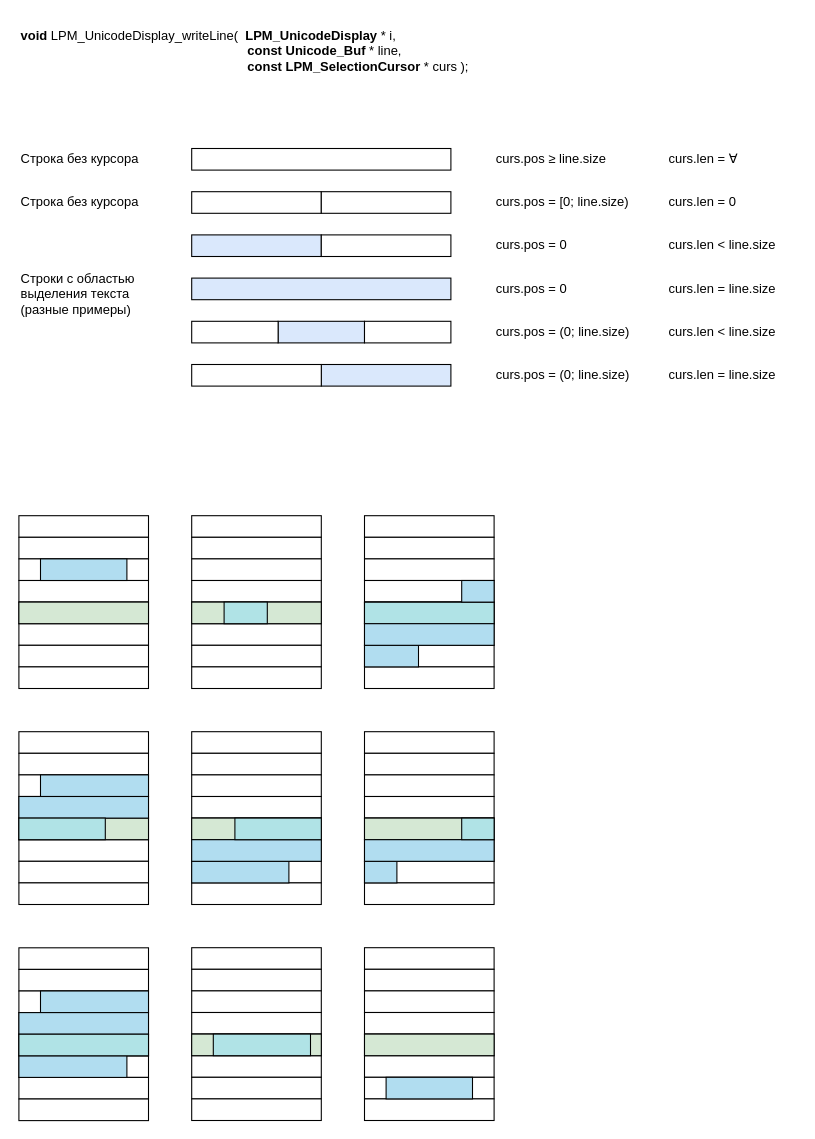
Earlier version of the draw.io diagram page "Обновление строки" (6 of 7) of _Doc/LPM_class_component_diagram.drawio (Teslatec/LPM_Editor). Source tidied: cells renumbered, new cells numbered last; positions are measured from the earlier drawing's top-left corner, leaving out a move shared by most shapes. Both pictures are drawn from the tidied source at 108%, with x=0, y=0 at pixel (18, 18).
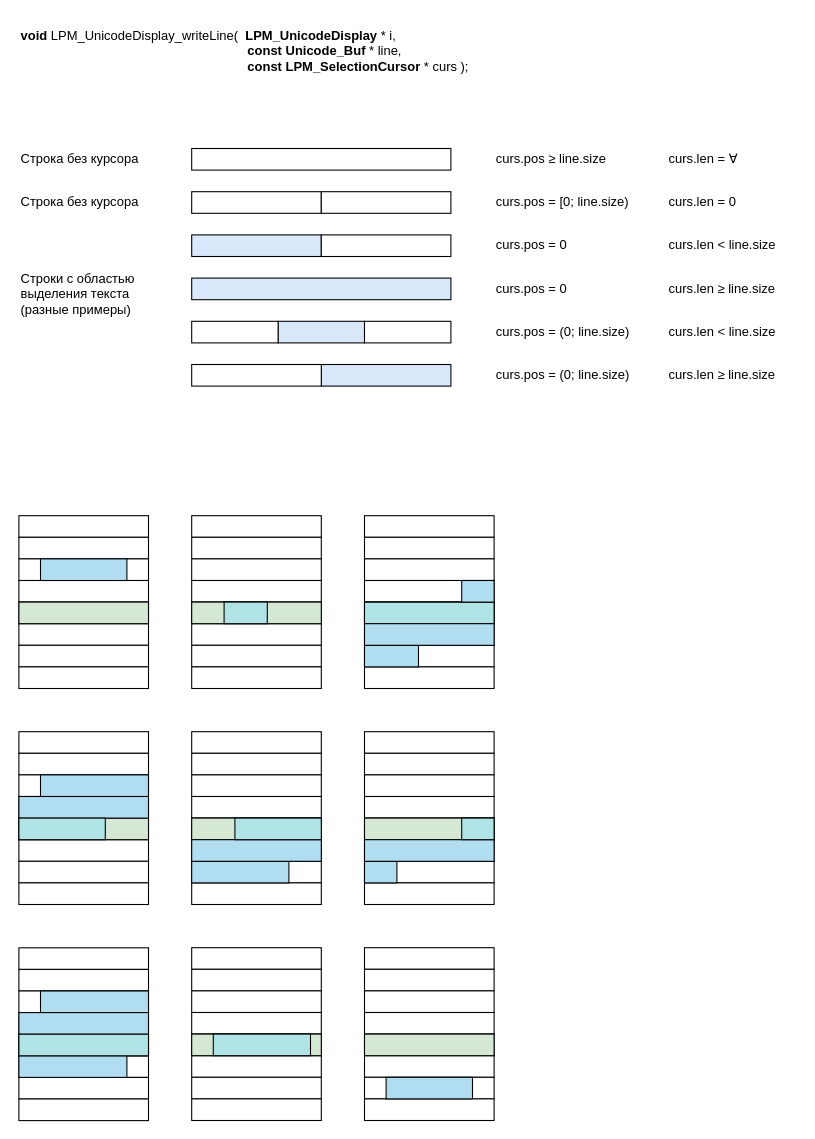
The same page after the edit.

What changed in the source:
```diff
@@
-    <mxCell id="18" value="curs.len = line.size" style="rounded=0;whiteSpace=wrap;html=1;strokeColor=none;fillColor=none;align=left;" parent="1" vertex="1">
+    <mxCell id="18" value="curs.len ≥&amp;nbsp;line.size" style="rounded=0;whiteSpace=wrap;html=1;strokeColor=none;fillColor=none;align=left;" parent="1" vertex="1">
       <mxGeometry x="600" y="320" width="110" height="20" as="geometry" />
     </mxCell>
@@
-    <mxCell id="20" value="curs.len = line.size" style="rounded=0;whiteSpace=wrap;html=1;strokeColor=none;fillColor=none;align=left;" parent="1" vertex="1">
+    <mxCell id="20" value="curs.len ≥&amp;nbsp;line.size" style="rounded=0;whiteSpace=wrap;html=1;strokeColor=none;fillColor=none;align=left;" parent="1" vertex="1">
       <mxGeometry x="600" y="240" width="120" height="20" as="geometry" />
     </mxCell>
```
